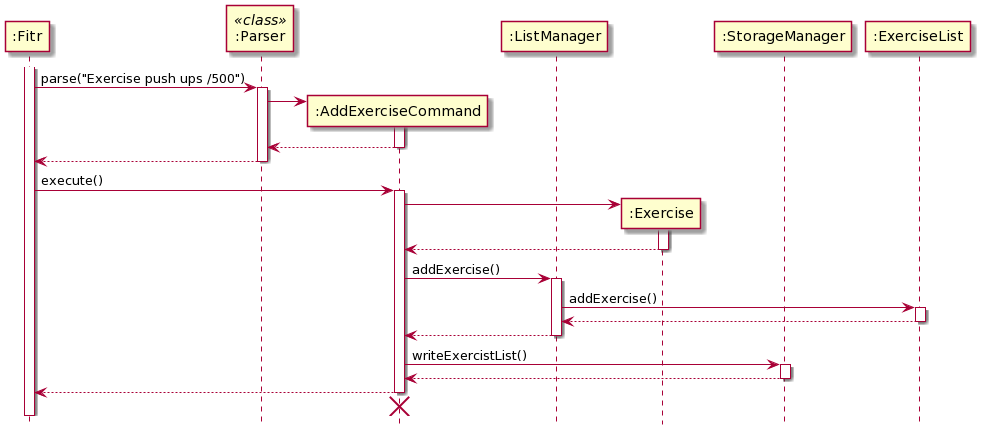
nus-cs2113-AY2021S1/tp keeps this PlantUML diagram as docs/images/AddExerciseSequence.png. Above is the earlier version.
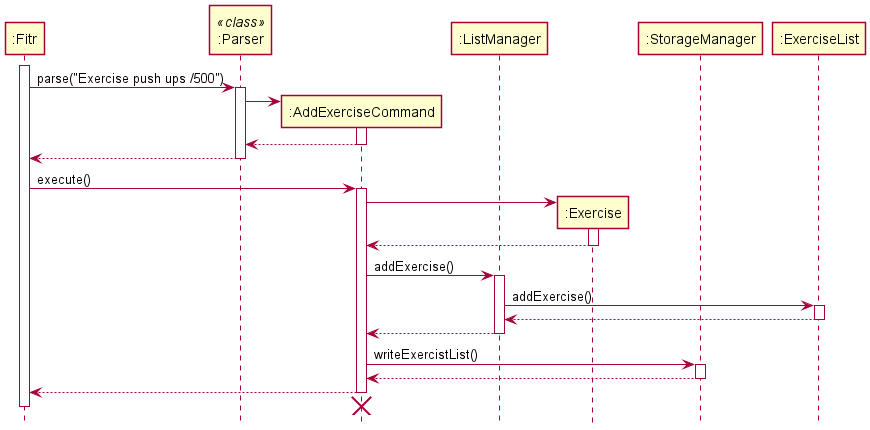
After the change.

Commit message:
Update add exercise diagram

What changed in the source:
```diff
@@ -1,4 +1,5 @@
 @startuml
+skinparam Shadowing false
 participant ":Fitr" as fitr
 participant ":Parser" as Parser << class >>
 participant ":AddExerciseCommand" as AddExerciseCommand
@@ -42,5 +43,7 @@
 return
 AddExerciseCommand -[hidden]-> fitr
 destroy AddExerciseCommand
+deactivate fitr
+
 hide footbox
 @enduml
```
